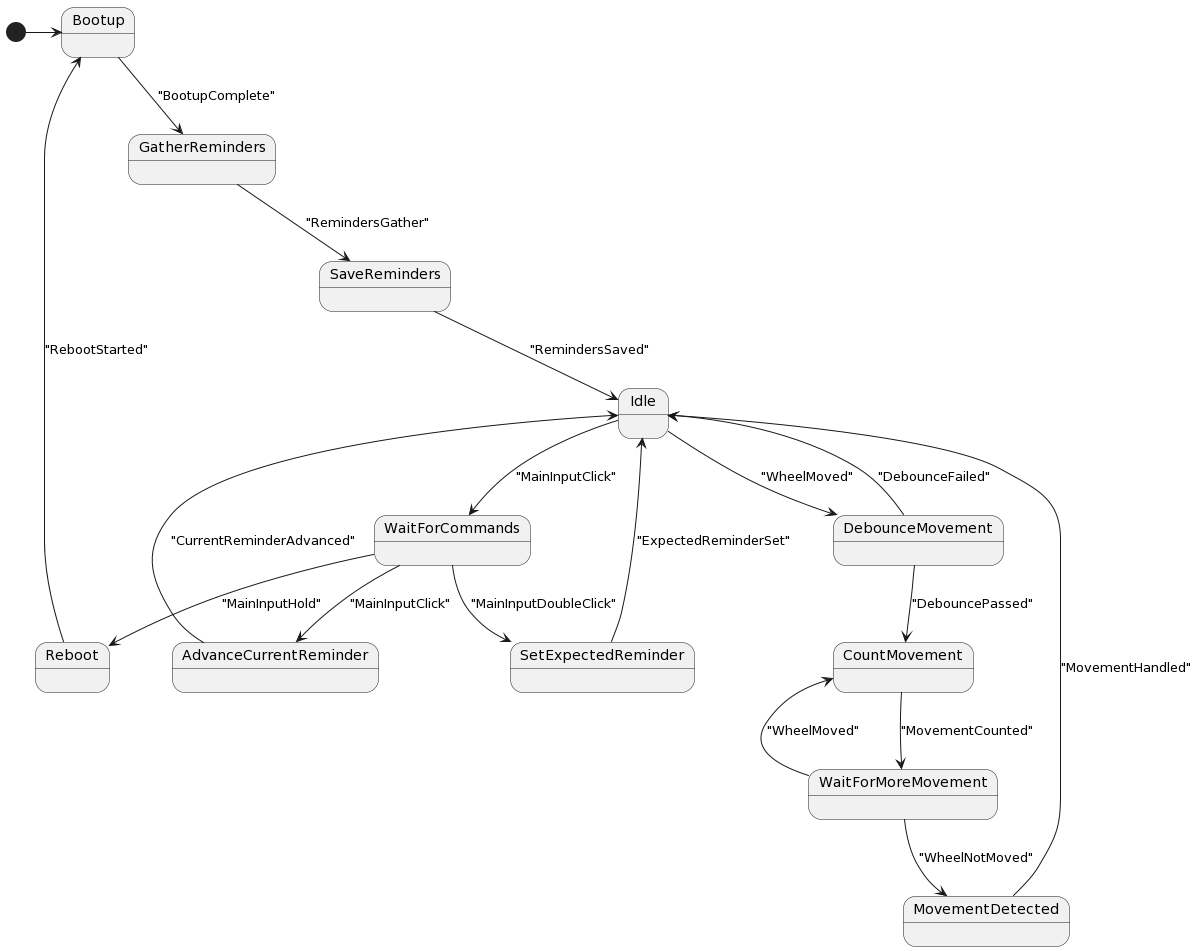
eejai42/med-reminder keeps this PlantUML diagram as docs/state-machine-planttext.uml.png. Above is the earlier version.
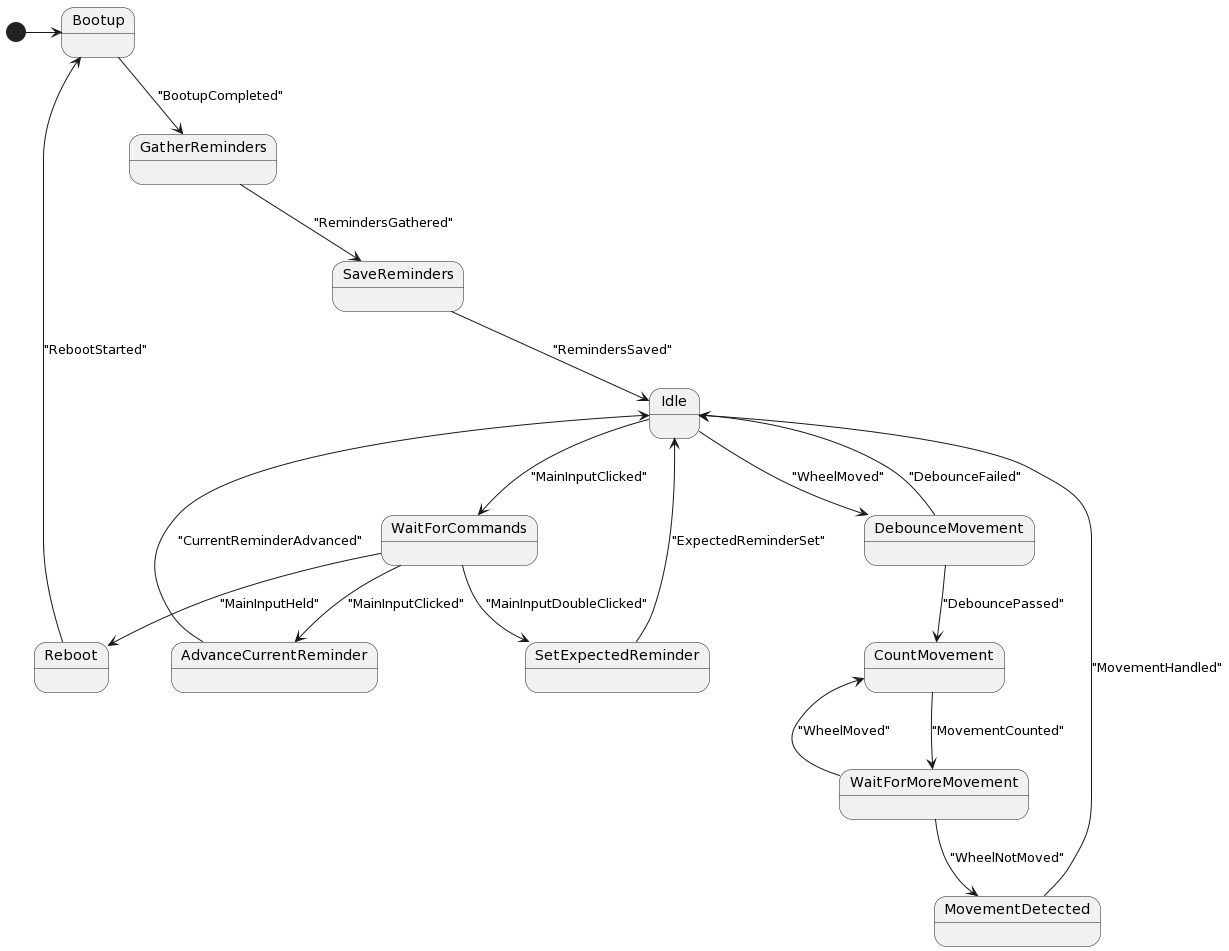
After the commit.

Diff of the diagram source:
```diff
@@ -17,15 +17,15 @@
 
 Idle --> DebounceMovement : "WheelMoved"
 
-Idle --> WaitForCommands : "MainInputClick"
+Idle --> WaitForCommands : "MainInputClicked"
 
 MovementDetected --> Idle : "MovementHandled"
 
-WaitForCommands --> SetExpectedReminder : "MainInputDoubleClick"
+WaitForCommands --> SetExpectedReminder : "MainInputDoubleClicked"
 
-WaitForCommands --> AdvanceCurrentReminder : "MainInputClick"
+WaitForCommands --> AdvanceCurrentReminder : "MainInputClicked"
 
-WaitForCommands --> Reboot : "MainInputHold"
+WaitForCommands --> Reboot : "MainInputHeld"
 
 Reboot --> Bootup : "RebootStarted"
 
@@ -35,9 +35,9 @@
 
 CountMovement --> WaitForMoreMovement : "MovementCounted"
 
-Bootup --> GatherReminders : "BootupComplete"
+Bootup --> GatherReminders : "BootupCompleted"
 
-GatherReminders --> SaveReminders : "RemindersGather"
+GatherReminders --> SaveReminders : "RemindersGathered"
 
 SaveReminders --> Idle : "RemindersSaved"
 
```
